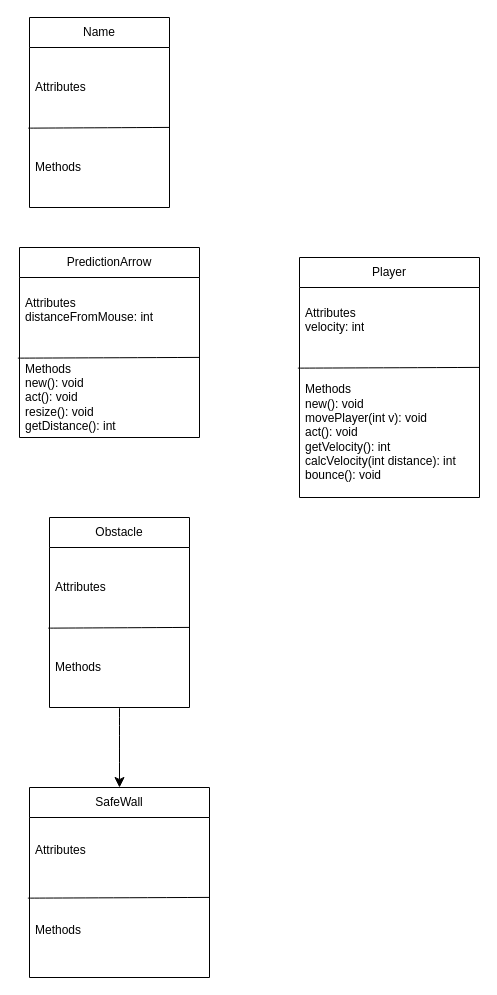
The draw.io diagram Class diagrams.drawio in BHASVIC-GabrielChan25/Coursework, before the edit. Source tidied: cells renumbered, new cells numbered last; positions are measured from the earlier drawing's top-left corner, leaving out a move shared by most shapes. Both pictures are drawn from the tidied source at 100%, with x=0, y=0 at pixel (19, 17).
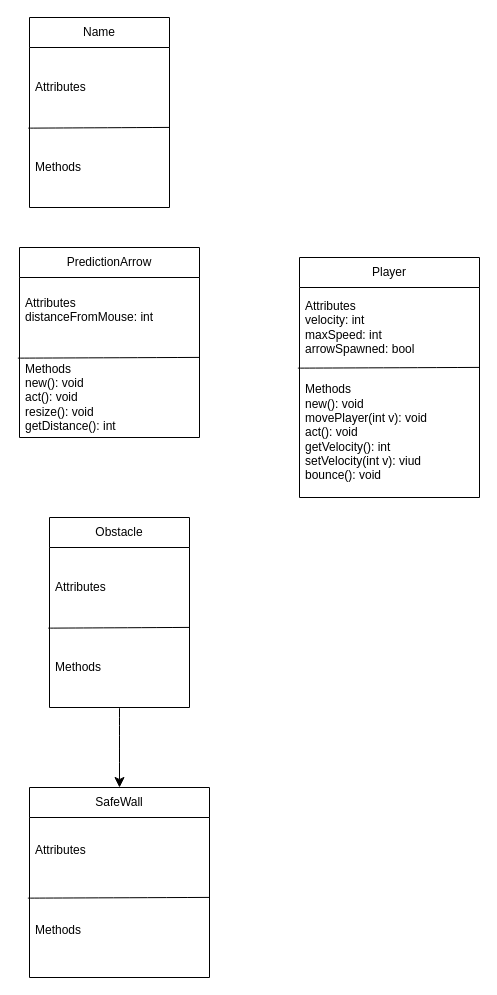
The same diagram, later.

The change refers to these unchanged cells:
```xml
<mxCell id="6" value="Player" style="swimlane;fontStyle=0;horizontal=1;startSize=30;whiteSpace=wrap;html=1;" parent="1" vertex="1">
  <mxGeometry x="280" y="240" width="180" height="240" as="geometry" />
</mxCell>
```

Change to the diagram source:
```diff
@@
-    <mxCell id="7" value="Attributes&lt;div&gt;velocity: int&lt;/div&gt;&lt;div&gt;&lt;br&gt;&lt;/div&gt;" style="text;strokeColor=none;fillColor=none;align=left;verticalAlign=middle;spacingLeft=4;spacingRight=4;overflow=hidden;points=[[0,0.5],[1,0.5]];portConstraint=eastwest;whiteSpace=wrap;html=1;" parent="6" vertex="1">
+    <mxCell id="7" value="Attributes&lt;div&gt;velocity: int&lt;/div&gt;&lt;div&gt;maxSpeed: int&lt;/div&gt;&lt;div&gt;arrowSpawned: bool&lt;/div&gt;" style="text;strokeColor=none;fillColor=none;align=left;verticalAlign=middle;spacingLeft=4;spacingRight=4;overflow=hidden;points=[[0,0.5],[1,0.5]];portConstraint=eastwest;whiteSpace=wrap;html=1;" parent="6" vertex="1">
       <mxGeometry y="30" width="180" height="80" as="geometry" />
     </mxCell>
-    <mxCell id="8" value="Methods&lt;div&gt;new(): void&lt;/div&gt;&lt;div&gt;movePlayer(int v): void&lt;/div&gt;&lt;div&gt;act(): void&lt;/div&gt;&lt;div&gt;getVelocity(): int&lt;/div&gt;&lt;div&gt;&lt;span style=&quot;background-color: transparent; color: light-dark(rgb(0, 0, 0), rgb(255, 255, 255));&quot;&gt;calcVelocity(int distance): int&lt;/span&gt;&lt;/div&gt;&lt;div&gt;bounce(): void&lt;/div&gt;" style="text;strokeColor=none;fillColor=none;align=left;verticalAlign=middle;spacingLeft=4;spacingRight=4;overflow=hidden;whiteSpace=wrap;html=1;" parent="6" vertex="1">
+    <mxCell id="8" value="Methods&lt;div&gt;new(): void&lt;/div&gt;&lt;div&gt;movePlayer(int v): void&lt;/div&gt;&lt;div&gt;act(): void&lt;/div&gt;&lt;div&gt;getVelocity(): int&lt;/div&gt;&lt;div&gt;&lt;span style=&quot;background-color: transparent; color: light-dark(rgb(0, 0, 0), rgb(255, 255, 255));&quot;&gt;setVelocity(int v): viud&lt;/span&gt;&lt;/div&gt;&lt;div&gt;bounce(): void&lt;/div&gt;" style="text;strokeColor=none;fillColor=none;align=left;verticalAlign=middle;spacingLeft=4;spacingRight=4;overflow=hidden;whiteSpace=wrap;html=1;" parent="6" vertex="1">
       <mxGeometry y="110" width="180" height="130" as="geometry" />
     </mxCell>
```
